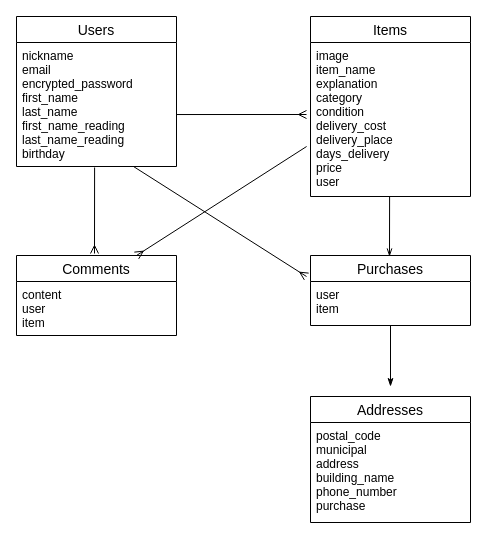
This is furima.dio from 1997hikaru/furima-35370, a draw.io file, before an edit. Source tidied: cells renumbered, new cells numbered last; positions are measured from the earlier drawing's top-left corner, leaving out a move shared by most shapes. Both pictures are drawn from the tidied source at 100%, with x=0, y=0 at pixel (16, 16).
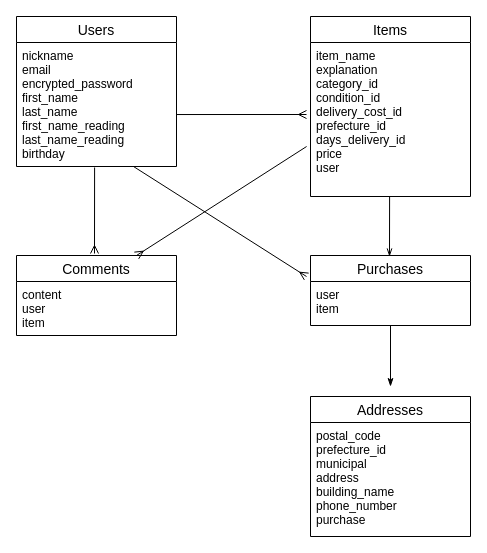
Above is the later version.

Commit message (it also covers changes not shown here):
修正7/3　アクティブハッシュカラムの名前の変更

The change refers to these unchanged cells:
```xml
<mxCell id="4" value="Items" style="swimlane;fontStyle=0;horizontal=1;startSize=26;align=center;fontSize=14;rounded=0;sketch=0;" parent="1" vertex="1">
  <mxGeometry x="294" width="160" height="180" as="geometry" />
</mxCell>
```

What changed in the source:
```diff
@@
-    <mxCell id="5" value="image&#10;item_name&#10;explanation&#10;category&#10;condition&#10;delivery_cost&#10;delivery_place&#10;days_delivery&#10;price&#10;user&#10;" style="text;strokeColor=none;fillColor=none;spacingLeft=4;spacingRight=4;overflow=hidden;fontSize=12;" parent="4" vertex="1">
+    <mxCell id="5" value="item_name&#10;explanation&#10;category_id&#10;condition_id&#10;delivery_cost_id&#10;prefecture_id&#10;days_delivery_id&#10;price&#10;user&#10;" style="text;strokeColor=none;fillColor=none;spacingLeft=4;spacingRight=4;overflow=hidden;fontSize=12;" parent="4" vertex="1">
       <mxGeometry y="26" width="160" height="154" as="geometry" />
     </mxCell>
@@
     <mxCell id="8" value="Addresses" style="swimlane;fontStyle=0;horizontal=1;startSize=26;align=center;fontSize=14;rounded=0;sketch=0;" parent="1" vertex="1">
-      <mxGeometry x="294" y="380" width="160" height="126" as="geometry" />
+      <mxGeometry x="294" y="380" width="160" height="140" as="geometry" />
     </mxCell>
-    <mxCell id="9" value="postal_code&#10;municipal&#10;address&#10;building_name&#10;phone_number&#10;purchase&#10;&#10;" style="text;strokeColor=none;fillColor=none;spacingLeft=4;spacingRight=4;overflow=hidden;fontSize=12;" parent="8" vertex="1">
-      <mxGeometry y="26" width="160" height="100" as="geometry" />
+    <mxCell id="9" value="postal_code&#10;prefecture_id&#10;municipal&#10;address&#10;building_name&#10;phone_number&#10;purchase&#10;&#10;" style="text;strokeColor=none;fillColor=none;spacingLeft=4;spacingRight=4;overflow=hidden;fontSize=12;" parent="8" vertex="1">
+      <mxGeometry y="26" width="160" height="114" as="geometry" />
     </mxCell>
```
